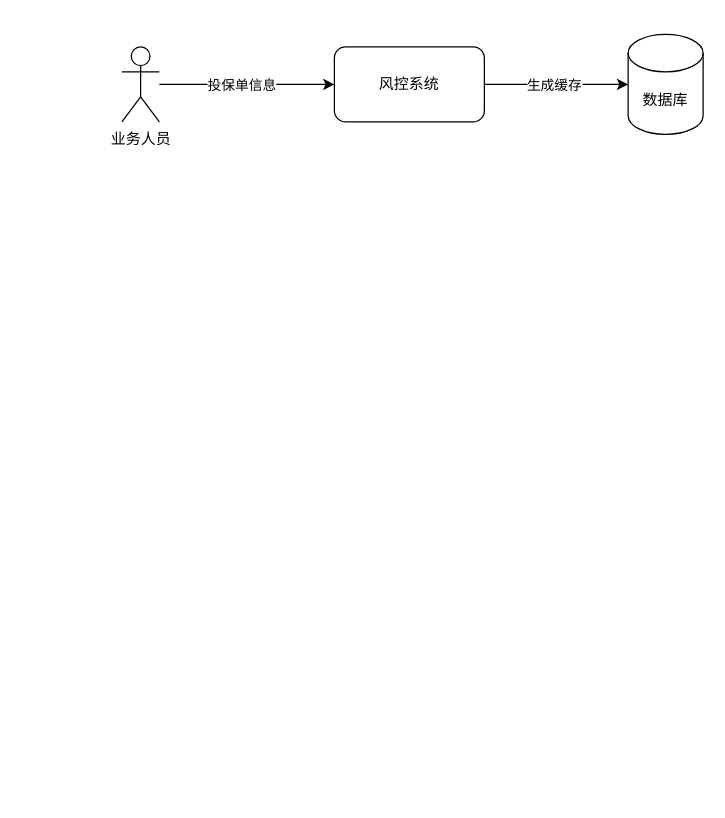
Earlier version of the draw.io diagram 太平/underwritting.drawio (XiaoLiuAI/diagrams). Source tidied: cells renumbered, new cells numbered last; positions are measured from the earlier drawing's top-left corner, leaving out a move shared by most shapes. Both pictures are drawn from the tidied source at 125%, with x=0, y=0 at pixel (121, 34).
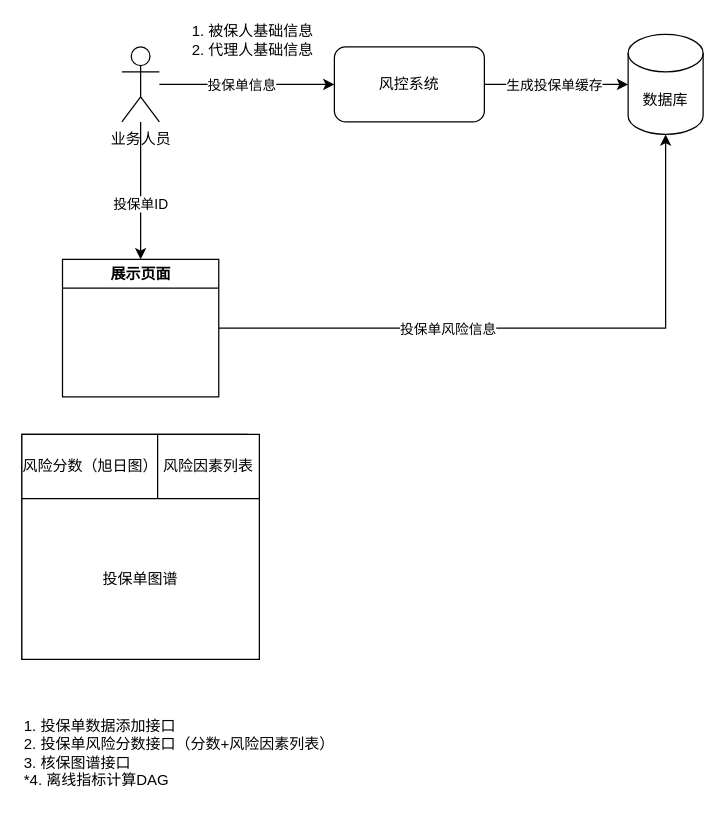
After the change.

Unchanged cells that the change refers to:
```xml
<mxCell id="4" value="业务人员" style="shape=umlActor;verticalLabelPosition=bottom;verticalAlign=top;html=1;outlineConnect=0;" parent="1" vertex="1">
  <mxGeometry y="10" width="30" height="60" as="geometry" />
</mxCell>
<mxCell id="5" style="edgeStyle=orthogonalEdgeStyle;rounded=0;jettySize=auto;html=1;" parent="1" edge="1" source="7" target="8">
  <mxGeometry relative="1" as="geometry" />
</mxCell>
<mxCell id="8" value="数据库" style="shape=cylinder3;whiteSpace=wrap;html=1;boundedLbl=1;backgroundOutline=1;size=15;" parent="1" vertex="1">
  <mxGeometry x="405" width="60" height="80" as="geometry" />
</mxCell>
```

What changed in the source:
```diff
@@
+    <mxCell id="9" style="edgeStyle=orthogonalEdgeStyle;rounded=0;jettySize=auto;html=1;" parent="1" edge="1" source="4" target="12">
+      <mxGeometry relative="1" as="geometry" />
+    </mxCell>
+    <mxCell id="10" value="投保单ID" style="edgeLabel;html=1;align=center;verticalAlign=middle;" parent="9" vertex="1">
+      <mxGeometry x="0.17" y="-1" relative="1" as="geometry">
+        <mxPoint y="1" as="offset" />
+      </mxGeometry>
+    </mxCell>
@@
-    <mxCell id="6" value="生成缓存" style="edgeLabel;html=1;align=center;verticalAlign=middle;" parent="5" vertex="1">
+    <mxCell id="6" value="生成投保单缓存" style="edgeLabel;html=1;align=center;verticalAlign=middle;" parent="5" vertex="1">
       <mxGeometry x="-0.48" relative="1" as="geometry">
         <mxPoint x="25" as="offset" />
       </mxGeometry>
     </mxCell>
@@
+    <mxCell id="11" value="1. 被保人基础信息&lt;br&gt;&lt;div style=&quot;text-align: left;&quot;&gt;&lt;span style=&quot;background-color: initial;&quot;&gt;2. 代理人基础信息&lt;/span&gt;&lt;/div&gt;" style="text;html=1;strokeColor=none;fillColor=none;align=center;verticalAlign=middle;whiteSpace=wrap;rounded=0;" parent="1" vertex="1">
+      <mxGeometry x="55" y="-10" width="100" height="30" as="geometry" />
+    </mxCell>
+    <mxCell id="12" value="展示页面" style="swimlane;whiteSpace=wrap;html=1;" parent="1" vertex="1">
+      <mxGeometry x="-47.5" y="180" width="125" height="110" as="geometry" />
+    </mxCell>
+    <mxCell id="13" style="edgeStyle=orthogonalEdgeStyle;rounded=0;jettySize=auto;html=1;entryX=0.5;entryY=1;entryDx=0;entryDy=0;entryPerimeter=0;" parent="1" edge="1" source="12" target="8">
+      <mxGeometry relative="1" as="geometry" />
+    </mxCell>
+    <mxCell id="14" value="投保单风险信息" style="edgeLabel;html=1;align=center;verticalAlign=middle;" parent="13" vertex="1">
+      <mxGeometry x="-0.44" relative="1" as="geometry">
+        <mxPoint x="39" as="offset" />
+      </mxGeometry>
+    </mxCell>
+    <mxCell id="15" style="group;" parent="1" vertex="1">
+      <mxGeometry x="-80" y="320" width="190" height="180" as="geometry" />
+    </mxCell>
+    <mxCell id="16" style="whiteSpace=wrap;html=1;" parent="15" vertex="1">
+      <mxGeometry width="180" height="180" as="geometry" />
+    </mxCell>
+    <mxCell id="17" value="风险分数（旭日图）" style="rounded=0;whiteSpace=wrap;html=1;" parent="15" vertex="1">
+      <mxGeometry width="108.6" height="51.4" as="geometry" />
+    </mxCell>
+    <mxCell id="18" value="风险因素列表" style="rounded=0;whiteSpace=wrap;html=1;" parent="15" vertex="1">
+      <mxGeometry x="108.6" width="81.4" height="51.4" as="geometry" />
+    </mxCell>
+    <mxCell id="19" value="投保单图谱" style="rounded=0;whiteSpace=wrap;html=1;" parent="15" vertex="1">
+      <mxGeometry y="51.4" width="190" height="128.6" as="geometry" />
+    </mxCell>
+    <mxCell id="20" value="1. 投保单数据添加接口&lt;br&gt;2. 投保单风险分数接口（分数+风险因素列表）&lt;br&gt;3. 核保图谱接口&lt;br&gt;*4. 离线指标计算DAG" style="text;html=1;strokeColor=none;fillColor=none;align=left;verticalAlign=middle;whiteSpace=wrap;rounded=0;" parent="1" vertex="1">
+      <mxGeometry x="-80" y="540" width="253.5" height="70" as="geometry" />
+    </mxCell>
```
